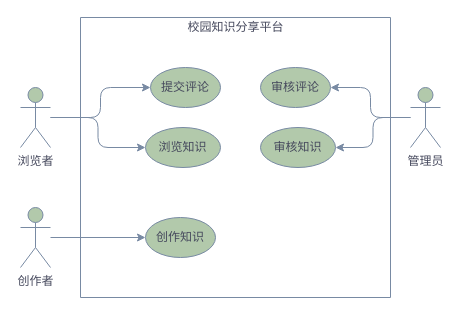
This is drawio/校园知识分享平台.drawio from 838239178/PicgoBed, a draw.io file, before an edit. Source tidied: cells renumbered, new cells numbered last; positions are measured from the earlier drawing's top-left corner, leaving out a move shared by most shapes. Both pictures are drawn from the tidied source at 100%, with x=0, y=0 at pixel (20, 17).
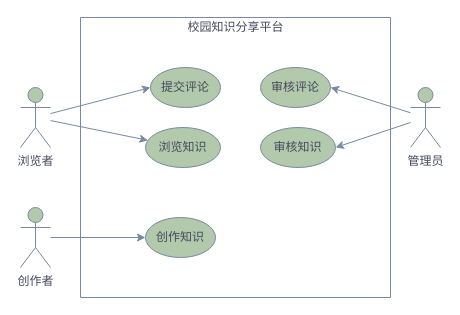
The same page after the edit.

Commit message:
校园知识分享平台.drawio

The edit, as a diff of the source:
```diff
@@
 <mxGraphModel>
   <root>
     <mxCell id="0" />
     <mxCell id="1" parent="0" />
-    <mxCell id="2" style="edgeStyle=orthogonalEdgeStyle;jettySize=auto;html=1;fontColor=#46495D;strokeColor=#788AA3;fillColor=#B2C9AB;" parent="1" edge="1" source="4" target="13">
+    <mxCell id="2" style="jettySize=auto;html=1;fontColor=#46495D;strokeColor=#788AA3;fillColor=#B2C9AB;" parent="1" edge="1" source="4" target="13">
       <mxGeometry relative="1" as="geometry" />
     </mxCell>
-    <mxCell id="3" style="edgeStyle=orthogonalEdgeStyle;jettySize=auto;html=1;entryX=0;entryY=0.5;entryDx=0;entryDy=0;fontColor=#46495D;strokeColor=#788AA3;fillColor=#B2C9AB;" parent="1" edge="1" source="4" target="10">
+    <mxCell id="3" style="jettySize=auto;html=1;entryX=0;entryY=0.5;entryDx=0;entryDy=0;fontColor=#46495D;strokeColor=#788AA3;fillColor=#B2C9AB;" parent="1" edge="1" source="4" target="10">
       <mxGeometry relative="1" as="geometry" />
     </mxCell>
     <mxCell id="4" value="浏览者" style="shape=umlActor;verticalLabelPosition=bottom;verticalAlign=top;html=1;outlineConnect=0;fontColor=#46495D;strokeColor=#788AA3;fillColor=#B2C9AB;" parent="1" vertex="1">
       <mxGeometry y="70" width="30" height="60" as="geometry" />
     </mxCell>
-    <mxCell id="5" style="edgeStyle=orthogonalEdgeStyle;jettySize=auto;html=1;entryX=1;entryY=0.5;entryDx=0;entryDy=0;fontColor=#46495D;strokeColor=#788AA3;fillColor=#B2C9AB;" parent="1" edge="1" source="7" target="12">
+    <mxCell id="5" style="jettySize=auto;html=1;entryX=1;entryY=0.5;entryDx=0;entryDy=0;fontColor=#46495D;strokeColor=#788AA3;fillColor=#B2C9AB;" parent="1" edge="1" source="7" target="12">
       <mxGeometry relative="1" as="geometry" />
     </mxCell>
-    <mxCell id="6" style="edgeStyle=orthogonalEdgeStyle;jettySize=auto;html=1;entryX=1;entryY=0.5;entryDx=0;entryDy=0;fontColor=#46495D;strokeColor=#788AA3;fillColor=#B2C9AB;" parent="1" edge="1" source="7" target="14">
+    <mxCell id="6" style="jettySize=auto;html=1;entryX=1;entryY=0.5;entryDx=0;entryDy=0;fontColor=#46495D;strokeColor=#788AA3;fillColor=#B2C9AB;" parent="1" edge="1" source="7" target="14">
       <mxGeometry relative="1" as="geometry" />
     </mxCell>
     <mxCell id="7" value="管理员" style="shape=umlActor;verticalLabelPosition=bottom;verticalAlign=top;html=1;outlineConnect=0;fontColor=#46495D;strokeColor=#788AA3;fillColor=#B2C9AB;" parent="1" vertex="1">
       <mxGeometry x="390" y="70" width="30" height="60" as="geometry" />
     </mxCell>
     <mxCell id="8" style="swimlane;startSize=0;fontColor=#46495D;strokeColor=#788AA3;fillColor=#B2C9AB;" parent="1" vertex="1">
       <mxGeometry x="60" width="310" height="280" as="geometry" />
     </mxCell>
     <mxCell id="9" value="校园知识分享平台" style="text;html=1;align=center;verticalAlign=middle;strokeColor=none;fillColor=none;fontColor=#46495D;" parent="8" vertex="1">
       <mxGeometry x="100" width="110" height="20" as="geometry" />
     </mxCell>
     <mxCell id="10" value="提交评论" style="ellipse;whiteSpace=wrap;html=1;fontColor=#46495D;strokeColor=#788AA3;fillColor=#B2C9AB;" parent="8" vertex="1">
       <mxGeometry x="70" y="50" width="70" height="40" as="geometry" />
     </mxCell>
     <mxCell id="11" value="创作知识" style="ellipse;whiteSpace=wrap;html=1;fontColor=#46495D;strokeColor=#788AA3;fillColor=#B2C9AB;" parent="8" vertex="1">
       <mxGeometry x="65" y="200" width="70" height="40" as="geometry" />
     </mxCell>
     <mxCell id="12" value="审核知识" style="ellipse;whiteSpace=wrap;html=1;fontColor=#46495D;strokeColor=#788AA3;fillColor=#B2C9AB;" parent="8" vertex="1">
       <mxGeometry x="180" y="110" width="75" height="40" as="geometry" />
     </mxCell>
     <mxCell id="13" value="浏览知识" style="ellipse;whiteSpace=wrap;html=1;fontColor=#46495D;strokeColor=#788AA3;fillColor=#B2C9AB;" parent="8" vertex="1">
       <mxGeometry x="65" y="110" width="75" height="40" as="geometry" />
     </mxCell>
     <mxCell id="14" value="审核评论" style="ellipse;whiteSpace=wrap;html=1;fontColor=#46495D;strokeColor=#788AA3;fillColor=#B2C9AB;" parent="8" vertex="1">
       <mxGeometry x="180" y="50" width="70" height="40" as="geometry" />
     </mxCell>
-    <mxCell id="15" style="edgeStyle=orthogonalEdgeStyle;rounded=1;jettySize=auto;html=1;entryX=0;entryY=0.5;entryDx=0;entryDy=0;fontColor=#46495D;strokeColor=#788AA3;fillColor=#B2C9AB;" parent="1" edge="1" source="16" target="11">
+    <mxCell id="15" style="rounded=1;jettySize=auto;html=1;entryX=0;entryY=0.5;entryDx=0;entryDy=0;fontColor=#46495D;strokeColor=#788AA3;fillColor=#B2C9AB;" parent="1" edge="1" source="16" target="11">
       <mxGeometry relative="1" as="geometry" />
     </mxCell>
     <mxCell id="16" value="创作者" style="shape=umlActor;verticalLabelPosition=bottom;verticalAlign=top;html=1;outlineConnect=0;fontColor=#46495D;strokeColor=#788AA3;fillColor=#B2C9AB;" parent="1" vertex="1">
       <mxGeometry y="190" width="30" height="60" as="geometry" />
     </mxCell>
   </root>
 </mxGraphModel>
```
